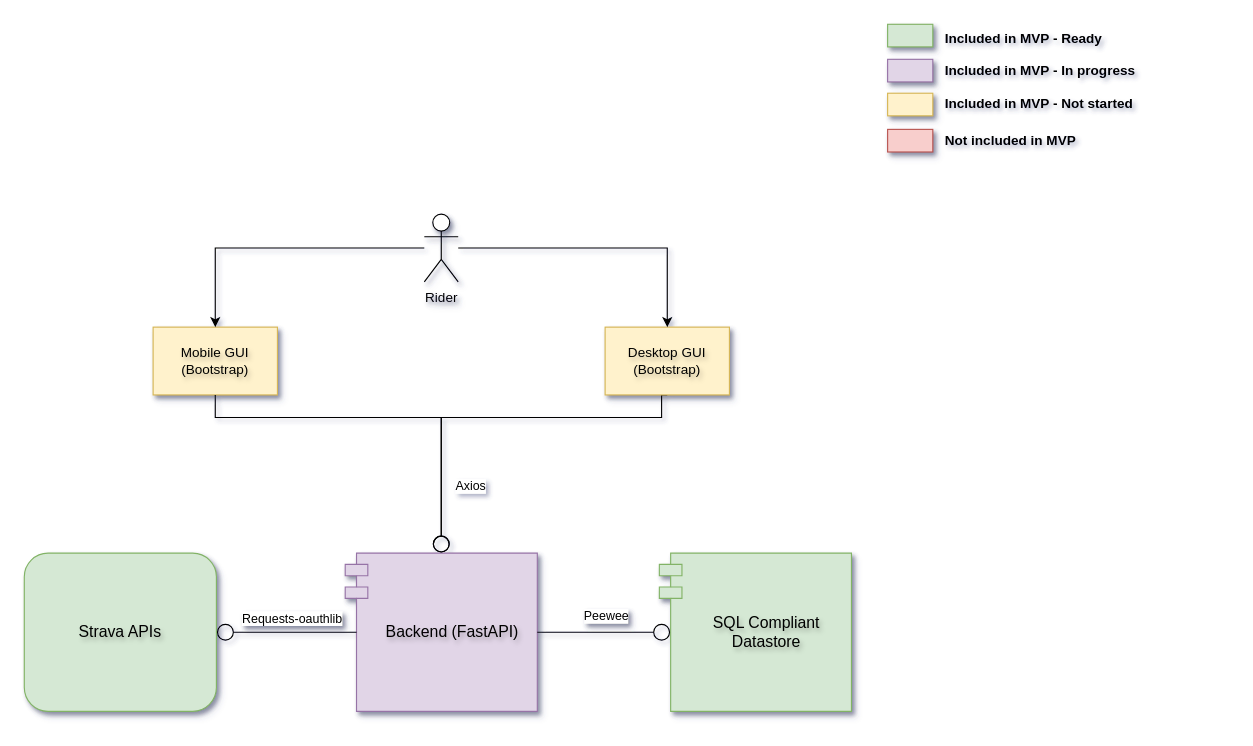
Above: page "System overview" (1 of 7) of docs/all_diagrams.drawio in xivind/velo-supervisor-2000 (draw.io), before the change. Source tidied: cells renumbered, new cells numbered last; positions are measured from the earlier drawing's top-left corner, leaving out a move shared by most shapes. Both pictures are drawn from the tidied source at 113%, with x=0, y=0 at pixel (24, 21).
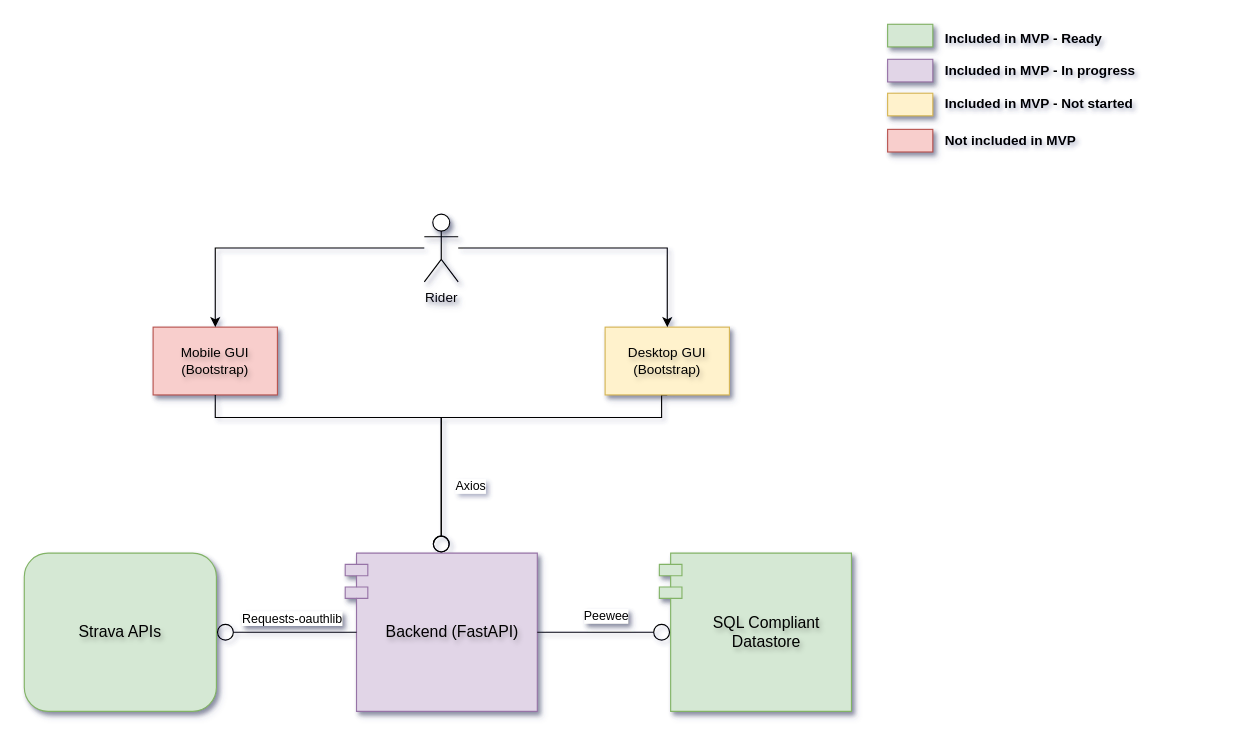
After the change.

Commit message:
Change scope mvp

Change to the diagram source:
```diff
@@
-    <mxCell id="2" value="Mobile GUI (Bootstrap)" style="rounded=0;whiteSpace=wrap;html=1;verticalAlign=middle;textShadow=1;shadow=1;fillColor=#fff2cc;strokeColor=#d6b656;" parent="1" vertex="1">
+    <mxCell id="2" value="Mobile GUI (Bootstrap)" style="rounded=0;whiteSpace=wrap;html=1;verticalAlign=middle;textShadow=1;shadow=1;fillColor=#f8cecc;strokeColor=#b85450;" parent="1" vertex="1">
       <mxGeometry x="114" y="270" width="110" height="60" as="geometry" />
     </mxCell>
```
